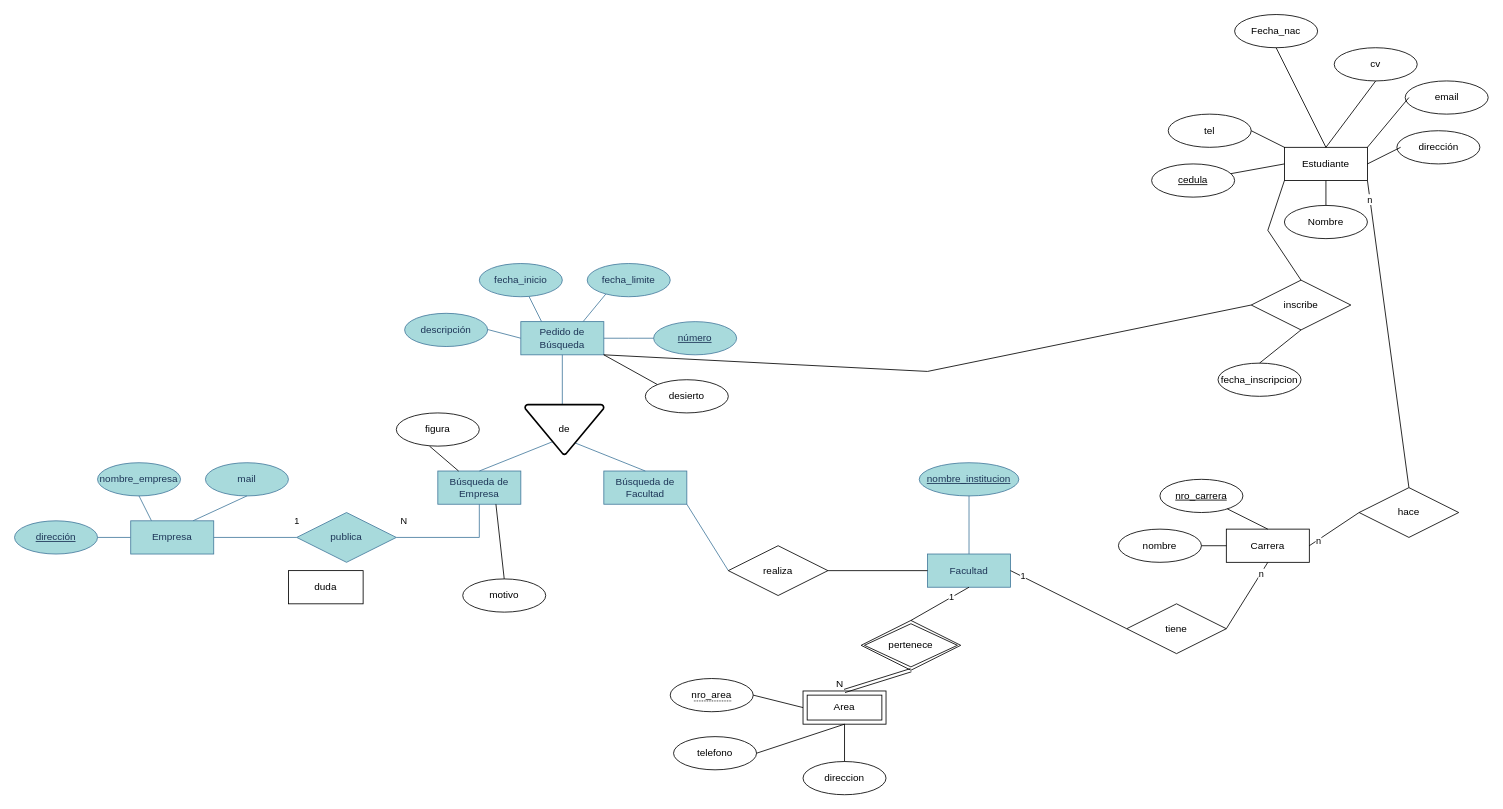
The draw.io diagram TP2.drawio in JoaquinIVL95/BDD---TUDW, before the edit. Source tidied: cells renumbered, new cells numbered last; positions are measured from the earlier drawing's top-left corner, leaving out a move shared by most shapes. Both pictures are drawn from the tidied source at 83%, with x=0, y=0 at pixel (14, 14).
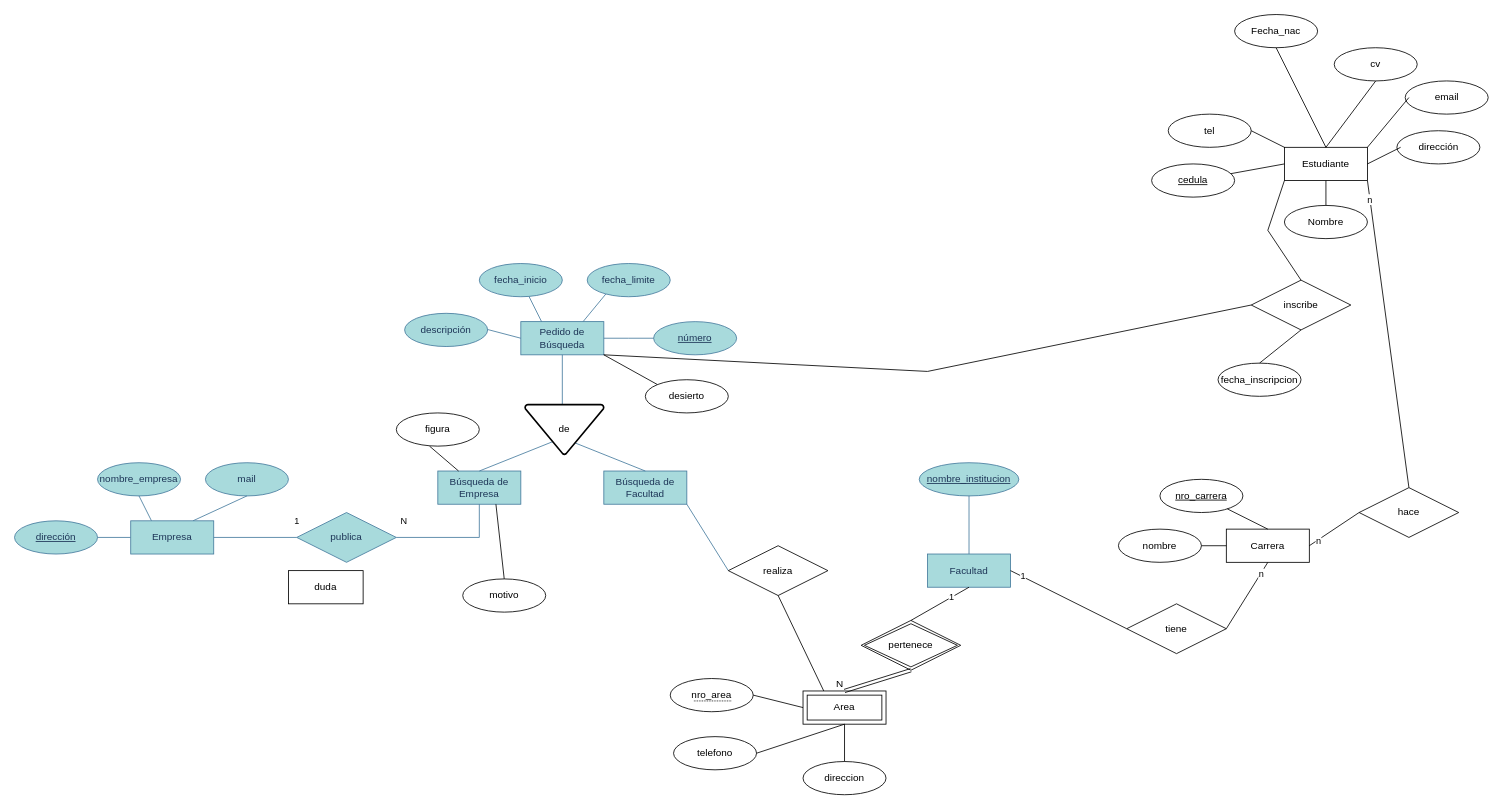
Above is the later version.

Unchanged cells that the change refers to:
```xml
<mxCell id="25" value="Facultad" style="whiteSpace=wrap;html=1;align=center;labelBackgroundColor=none;fillColor=#A8DADC;strokeColor=#457B9D;fontColor=#1D3557;" parent="1" vertex="1">
  <mxGeometry x="1100" y="650" width="100" height="40" as="geometry" />
</mxCell>
<mxCell id="65" value="realiza" style="shape=rhombus;perimeter=rhombusPerimeter;whiteSpace=wrap;html=1;align=center;" parent="1" vertex="1">
  <mxGeometry x="860" y="640" width="120" height="60" as="geometry" />
</mxCell>
<mxCell id="67" value="Area" style="shape=ext;margin=3;double=1;whiteSpace=wrap;html=1;align=center;" parent="1" vertex="1">
  <mxGeometry x="950" y="815" width="100" height="40" as="geometry" />
</mxCell>
```

The edit, as a diff of the source:
```diff
@@
-    <mxCell id="66" style="endArrow=none;html=1;rounded=0;entryX=0;entryY=0.5;entryDx=0;entryDy=0;" parent="1" edge="1" target="25">
-      <mxGeometry relative="1" as="geometry">
-        <mxPoint x="980" y="670" as="sourcePoint" />
-      </mxGeometry>
-    </mxCell>
@@
+    <mxCell id="87" style="endArrow=none;html=1;rounded=0;entryX=0.5;entryY=1;entryDx=0;entryDy=0;exitX=0.25;exitY=0;exitDx=0;exitDy=0;" parent="1" edge="1" source="67" target="65">
+      <mxGeometry relative="1" as="geometry" />
+    </mxCell>
```
